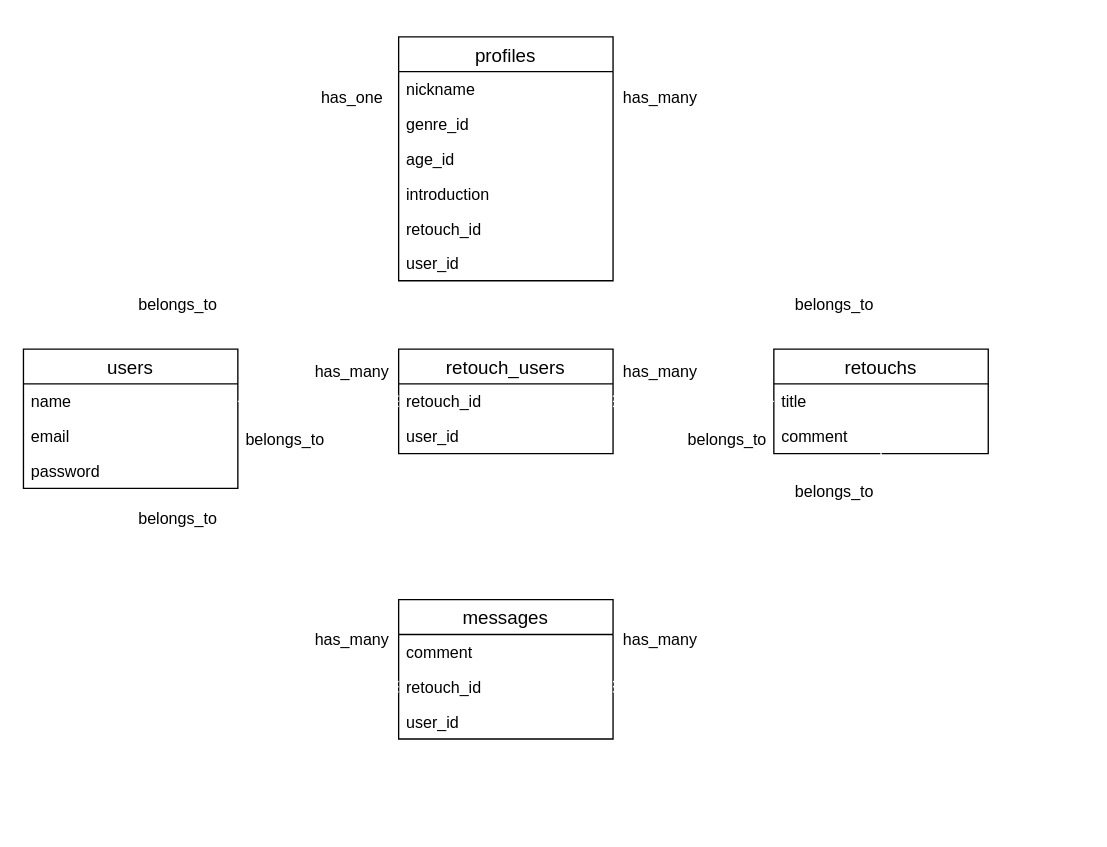
nao0313/retouch keeps this draw.io diagram as retouch.dio. Above is the earlier version. Source tidied: cells renumbered, new cells numbered last; positions are measured from the earlier drawing's top-left corner, leaving out a move shared by most shapes. Both pictures are drawn from the tidied source at 134%, with x=0, y=0 at pixel (23, 36).
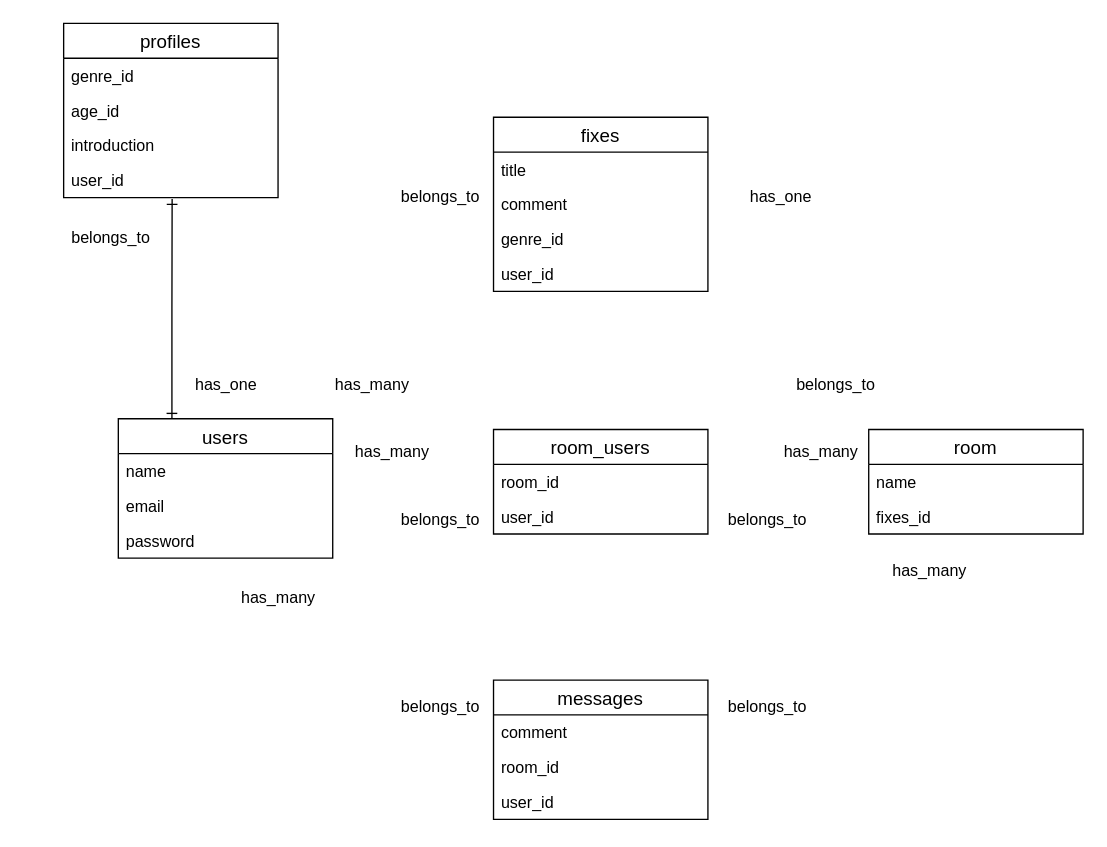
After the change.

Commit message (it also covers changes not shown here):
データベース修正

Diff of the diagram source:
```diff
@@
-    <mxCell id="2" style="edgeStyle=orthogonalEdgeStyle;rounded=0;jettySize=auto;html=1;exitX=0.5;exitY=0;exitDx=0;exitDy=0;entryX=1;entryY=0.5;entryDx=0;entryDy=0;startArrow=ERone;startFill=0;endArrow=ERmany;endFill=0;strokeColor=#FFFFFF;" parent="1" edge="1" source="3" target="20">
-      <mxGeometry relative="1" as="geometry" />
+    <mxCell id="2" style="edgeStyle=orthogonalEdgeStyle;rounded=0;jettySize=auto;html=1;entryX=1;entryY=0.5;entryDx=0;entryDy=0;startArrow=ERone;startFill=0;endArrow=ERone;endFill=0;strokeColor=#FFFFFF;" parent="1" edge="1" target="20">
+      <mxGeometry relative="1" as="geometry">
+        <mxPoint x="650" y="292" as="sourcePoint" />
+      </mxGeometry>
     </mxCell>
-    <mxCell id="3" value="retouchs" style="swimlane;fontStyle=0;horizontal=1;startSize=26;align=center;fontSize=14;" parent="1" vertex="1">
-      <mxGeometry x="560" y="233" width="160" height="78" as="geometry" />
-    </mxCell>
-    <mxCell id="4" value="title" style="text;strokeColor=none;fillColor=none;spacingLeft=4;spacingRight=4;overflow=hidden;points=[[0,0.5],[1,0.5]];portConstraint=eastwest;fontSize=12;" parent="3" vertex="1">
-      <mxGeometry y="26" width="160" height="26" as="geometry" />
-    </mxCell>
-    <mxCell id="5" value="comment" style="text;strokeColor=none;fillColor=none;spacingLeft=4;spacingRight=4;overflow=hidden;points=[[0,0.5],[1,0.5]];portConstraint=eastwest;fontSize=12;" parent="3" vertex="1">
-      <mxGeometry y="52" width="160" height="26" as="geometry" />
-    </mxCell>
-    <mxCell id="6" value="retouch_users" style="swimlane;fontStyle=0;horizontal=1;startSize=26;align=center;fontSize=14;" parent="1" vertex="1">
-      <mxGeometry x="280" y="233" width="160" height="78" as="geometry" />
-    </mxCell>
-    <mxCell id="7" value="retouch_id" style="text;strokeColor=none;fillColor=none;spacingLeft=4;spacingRight=4;overflow=hidden;points=[[0,0.5],[1,0.5]];portConstraint=eastwest;fontSize=12;" parent="6" vertex="1">
-      <mxGeometry y="26" width="160" height="26" as="geometry" />
-    </mxCell>
-    <mxCell id="8" value="user_id" style="text;strokeColor=none;fillColor=none;spacingLeft=4;spacingRight=4;overflow=hidden;fontSize=12;" parent="6" vertex="1">
-      <mxGeometry y="52" width="160" height="26" as="geometry" />
-    </mxCell>
-    <mxCell id="9" style="edgeStyle=orthogonalEdgeStyle;rounded=0;jettySize=auto;html=1;exitX=0.5;exitY=0;exitDx=0;exitDy=0;entryX=0;entryY=0.5;entryDx=0;entryDy=0;startArrow=ERone;startFill=0;endArrow=ERone;endFill=0;strokeColor=#FFFFFF;" parent="1" edge="1" source="10" target="20">
+    <mxCell id="9" style="edgeStyle=orthogonalEdgeStyle;rounded=0;jettySize=auto;html=1;exitX=0.92;exitY=-0.01;exitDx=0;exitDy=0;entryX=0;entryY=0.5;entryDx=0;entryDy=0;startArrow=ERone;startFill=0;endArrow=ERmany;endFill=0;strokeColor=#FFFFFF;exitPerimeter=0;" parent="1" edge="1" source="10" target="20">
       <mxGeometry relative="1" as="geometry" />
     </mxCell>
-    <mxCell id="10" value="users" style="swimlane;fontStyle=0;horizontal=1;startSize=26;align=center;fontSize=14;" parent="1" vertex="1">
-      <mxGeometry y="233" width="160" height="104" as="geometry" />
-    </mxCell>
-    <mxCell id="11" value="name" style="text;strokeColor=none;fillColor=none;spacingLeft=4;spacingRight=4;overflow=hidden;points=[[0,0.5],[1,0.5]];portConstraint=eastwest;fontSize=12;" parent="10" vertex="1">
-      <mxGeometry y="26" width="160" height="26" as="geometry" />
-    </mxCell>
-    <mxCell id="12" value="email" style="text;strokeColor=none;fillColor=none;spacingLeft=4;spacingRight=4;overflow=hidden;fontSize=12;" parent="10" vertex="1">
-      <mxGeometry y="52" width="160" height="26" as="geometry" />
-    </mxCell>
-    <mxCell id="13" value="password" style="text;strokeColor=none;fillColor=none;spacingLeft=4;spacingRight=4;overflow=hidden;points=[[0,0.5],[1,0.5]];portConstraint=eastwest;fontSize=12;" parent="10" vertex="1">
-      <mxGeometry y="78" width="160" height="26" as="geometry" />
-    </mxCell>
-    <mxCell id="14" value="messages" style="swimlane;fontStyle=0;horizontal=1;startSize=26;align=center;fontSize=14;" parent="1" vertex="1">
-      <mxGeometry x="280" y="420" width="160" height="104" as="geometry" />
-    </mxCell>
-    <mxCell id="15" value="comment" style="text;strokeColor=none;fillColor=none;spacingLeft=4;spacingRight=4;overflow=hidden;fontSize=12;" parent="14" vertex="1">
-      <mxGeometry y="26" width="160" height="26" as="geometry" />
-    </mxCell>
-    <mxCell id="16" value="retouch_id" style="text;strokeColor=none;fillColor=none;spacingLeft=4;spacingRight=4;overflow=hidden;points=[[0,0.5],[1,0.5]];portConstraint=eastwest;fontSize=12;" parent="14" vertex="1">
-      <mxGeometry y="52" width="160" height="26" as="geometry" />
-    </mxCell>
-    <mxCell id="17" value="user_id" style="text;strokeColor=none;fillColor=none;spacingLeft=4;spacingRight=4;overflow=hidden;fontSize=12;" parent="14" vertex="1">
-      <mxGeometry y="78" width="160" height="26" as="geometry" />
-    </mxCell>
-    <mxCell id="18" value="profiles" style="swimlane;fontStyle=0;horizontal=1;startSize=26;align=center;fontSize=14;" parent="1" vertex="1">
-      <mxGeometry x="280" width="160" height="182" as="geometry" />
-    </mxCell>
-    <mxCell id="19" value="nickname" style="text;strokeColor=none;fillColor=none;spacingLeft=4;spacingRight=4;overflow=hidden;fontSize=12;" parent="18" vertex="1">
-      <mxGeometry y="26" width="160" height="26" as="geometry" />
-    </mxCell>
-    <mxCell id="20" value="genre_id" style="text;strokeColor=none;fillColor=none;spacingLeft=4;spacingRight=4;overflow=hidden;points=[[0,0.5],[1,0.5]];portConstraint=eastwest;fontSize=12;" parent="18" vertex="1">
-      <mxGeometry y="52" width="160" height="26" as="geometry" />
-    </mxCell>
-    <mxCell id="21" value="age_id" style="text;strokeColor=none;fillColor=none;spacingLeft=4;spacingRight=4;overflow=hidden;fontSize=12;" parent="18" vertex="1">
-      <mxGeometry y="78" width="160" height="26" as="geometry" />
-    </mxCell>
-    <mxCell id="22" value="introduction" style="text;strokeColor=none;fillColor=none;spacingLeft=4;spacingRight=4;overflow=hidden;fontSize=12;" parent="18" vertex="1">
-      <mxGeometry y="104" width="160" height="26" as="geometry" />
-    </mxCell>
-    <mxCell id="23" value="retouch_id&#10;" style="text;strokeColor=none;fillColor=none;spacingLeft=4;spacingRight=4;overflow=hidden;fontSize=12;" parent="18" vertex="1">
-      <mxGeometry y="130" width="160" height="26" as="geometry" />
-    </mxCell>
-    <mxCell id="24" value="user_id&#10;" style="text;strokeColor=none;fillColor=none;spacingLeft=4;spacingRight=4;overflow=hidden;fontSize=12;" parent="18" vertex="1">
-      <mxGeometry y="156" width="160" height="26" as="geometry" />
-    </mxCell>
-    <mxCell id="25" style="edgeStyle=orthogonalEdgeStyle;rounded=0;jettySize=auto;html=1;exitX=0;exitY=0.5;exitDx=0;exitDy=0;entryX=0.488;entryY=1.038;entryDx=0;entryDy=0;entryPerimeter=0;strokeColor=#FFFFFF;startArrow=ERmany;startFill=0;endArrow=ERone;endFill=0;" parent="1" edge="1" source="16" target="13">
+    <mxCell id="25" style="edgeStyle=orthogonalEdgeStyle;rounded=0;jettySize=auto;html=1;exitX=0;exitY=0.5;exitDx=0;exitDy=0;entryX=0.463;entryY=1.038;entryDx=0;entryDy=0;entryPerimeter=0;strokeColor=#FFFFFF;startArrow=ERmany;startFill=0;endArrow=ERone;endFill=0;" parent="1" edge="1" source="16" target="13">
       <mxGeometry relative="1" as="geometry" />
     </mxCell>
-    <mxCell id="26" style="edgeStyle=orthogonalEdgeStyle;rounded=0;jettySize=auto;html=1;exitX=1;exitY=0.5;exitDx=0;exitDy=0;entryX=0.5;entryY=0.962;entryDx=0;entryDy=0;entryPerimeter=0;startArrow=ERmany;startFill=0;endArrow=ERone;endFill=0;strokeColor=#FFFFFF;" parent="1" edge="1" source="16" target="5">
+    <mxCell id="26" style="edgeStyle=orthogonalEdgeStyle;rounded=0;jettySize=auto;html=1;exitX=1;exitY=0.5;exitDx=0;exitDy=0;entryX=0.513;entryY=1.038;entryDx=0;entryDy=0;entryPerimeter=0;startArrow=ERmany;startFill=0;endArrow=ERone;endFill=0;strokeColor=#FFFFFF;" parent="1" edge="1" source="16" target="47">
       <mxGeometry relative="1" as="geometry" />
     </mxCell>
-    <mxCell id="27" style="edgeStyle=orthogonalEdgeStyle;rounded=0;jettySize=auto;html=1;exitX=0;exitY=0.5;exitDx=0;exitDy=0;entryX=1;entryY=0.5;entryDx=0;entryDy=0;startArrow=ERone;startFill=0;endArrow=ERmany;endFill=0;strokeColor=#FFFFFF;" parent="1" edge="1" source="4" target="7">
-      <mxGeometry relative="1" as="geometry" />
+    <mxCell id="27" style="edgeStyle=orthogonalEdgeStyle;rounded=0;jettySize=auto;html=1;exitX=0;exitY=0.5;exitDx=0;exitDy=0;entryX=1;entryY=0.5;entryDx=0;entryDy=0;startArrow=ERone;startFill=0;endArrow=ERmany;endFill=0;strokeColor=#FFFFFF;" parent="1" edge="1" target="7">
+      <mxGeometry relative="1" as="geometry">
+        <mxPoint x="630.8" y="332" as="sourcePoint" />
+      </mxGeometry>
     </mxCell>
-    <mxCell id="28" style="edgeStyle=orthogonalEdgeStyle;rounded=0;jettySize=auto;html=1;exitX=0;exitY=0.5;exitDx=0;exitDy=0;entryX=1;entryY=0.5;entryDx=0;entryDy=0;startArrow=ERmany;startFill=0;endArrow=ERone;endFill=0;strokeColor=#FFFFFF;" parent="1" edge="1" source="7" target="11">
-      <mxGeometry relative="1" as="geometry" />
+    <mxCell id="28" style="edgeStyle=orthogonalEdgeStyle;rounded=0;jettySize=auto;html=1;exitX=0;exitY=0.5;exitDx=0;exitDy=0;entryX=1;entryY=0.5;entryDx=0;entryDy=0;startArrow=ERmany;startFill=0;endArrow=ERone;endFill=0;strokeColor=#FFFFFF;" parent="1" edge="1" source="7">
+      <mxGeometry relative="1" as="geometry">
+        <mxPoint x="230.8" y="332" as="targetPoint" />
+      </mxGeometry>
     </mxCell>
     <mxCell id="29" value="belongs_to" style="text;html=1;align=center;verticalAlign=middle;" parent="1" vertex="1">
-      <mxGeometry x="80" y="190" width="70" height="20" as="geometry" />
+      <mxGeometry x="275.8" y="110" width="70" height="20" as="geometry" />
     </mxCell>
-    <mxCell id="30" value="has_one" style="text;html=1;align=center;verticalAlign=middle;" parent="1" vertex="1">
-      <mxGeometry x="215" y="36" width="60" height="20" as="geometry" />
+    <mxCell id="30" value="has_many" style="text;html=1;align=center;verticalAlign=middle;" parent="1" vertex="1">
+      <mxGeometry x="225" y="250" width="70" height="20" as="geometry" />
     </mxCell>
     <mxCell id="31" value="belongs_to" style="text;html=1;align=center;verticalAlign=middle;" parent="1" vertex="1">
-      <mxGeometry x="160" y="291" width="70" height="20" as="geometry" />
+      <mxGeometry x="275.8" y="351" width="70" height="20" as="geometry" />
     </mxCell>
     <mxCell id="32" value="belongs_to" style="text;html=1;align=center;verticalAlign=middle;" parent="1" vertex="1">
-      <mxGeometry x="80" y="350" width="70" height="20" as="geometry" />
+      <mxGeometry x="275.8" y="490" width="70" height="20" as="geometry" />
     </mxCell>
     <mxCell id="33" value="belongs_to" style="text;html=1;align=center;verticalAlign=middle;" parent="1" vertex="1">
-      <mxGeometry x="570" y="330" width="70" height="20" as="geometry" />
+      <mxGeometry x="520" y="490" width="70" height="20" as="geometry" />
     </mxCell>
     <mxCell id="34" value="belongs_to" style="text;html=1;align=center;verticalAlign=middle;" parent="1" vertex="1">
-      <mxGeometry x="570" y="190" width="70" height="20" as="geometry" />
+      <mxGeometry x="570.8" y="250" width="70" height="20" as="geometry" />
     </mxCell>
     <mxCell id="35" value="belongs_to" style="text;html=1;align=center;verticalAlign=middle;" parent="1" vertex="1">
-      <mxGeometry x="490" y="291" width="70" height="20" as="geometry" />
+      <mxGeometry x="520" y="351" width="70" height="20" as="geometry" />
     </mxCell>
     <mxCell id="36" value="has_many" style="text;html=1;align=center;verticalAlign=middle;" parent="1" vertex="1">
-      <mxGeometry x="210" y="440" width="70" height="20" as="geometry" />
+      <mxGeometry x="155" y="409" width="70" height="20" as="geometry" />
     </mxCell>
     <mxCell id="37" value="has_many" style="text;html=1;align=center;verticalAlign=middle;" parent="1" vertex="1">
-      <mxGeometry x="210" y="240" width="70" height="20" as="geometry" />
+      <mxGeometry x="240" y="300" width="70" height="20" as="geometry" />
     </mxCell>
     <mxCell id="38" value="has_many" style="text;html=1;align=center;verticalAlign=middle;" parent="1" vertex="1">
-      <mxGeometry x="440" y="240" width="70" height="20" as="geometry" />
+      <mxGeometry x="560" y="300" width="70" height="20" as="geometry" />
     </mxCell>
     <mxCell id="39" value="has_many" style="text;html=1;align=center;verticalAlign=middle;" parent="1" vertex="1">
-      <mxGeometry x="440" y="440" width="70" height="20" as="geometry" />
+      <mxGeometry x="640.8" y="389" width="70" height="20" as="geometry" />
     </mxCell>
-    <mxCell id="40" value="has_many" style="text;html=1;align=center;verticalAlign=middle;" parent="1" vertex="1">
-      <mxGeometry x="440" y="36" width="70" height="20" as="geometry" />
-    </mxCell>
+    <mxCell id="41" value="profiles" style="swimlane;fontStyle=0;horizontal=1;startSize=26;align=center;fontSize=14;" parent="1" vertex="1">
+      <mxGeometry x="30" y="-10" width="160" height="130" as="geometry" />
+    </mxCell>
+    <mxCell id="42" value="genre_id" style="text;strokeColor=none;fillColor=none;spacingLeft=4;spacingRight=4;overflow=hidden;fontSize=12;" parent="41" vertex="1">
+      <mxGeometry y="26" width="160" height="26" as="geometry" />
+    </mxCell>
+    <mxCell id="21" value="age_id" style="text;strokeColor=none;fillColor=none;spacingLeft=4;spacingRight=4;overflow=hidden;fontSize=12;" parent="41" vertex="1">
+      <mxGeometry y="52" width="160" height="26" as="geometry" />
+    </mxCell>
+    <mxCell id="22" value="introduction" style="text;strokeColor=none;fillColor=none;spacingLeft=4;spacingRight=4;overflow=hidden;fontSize=12;" parent="41" vertex="1">
+      <mxGeometry y="78" width="160" height="26" as="geometry" />
+    </mxCell>
+    <mxCell id="43" value="user_id&#10;" style="text;strokeColor=none;fillColor=none;spacingLeft=4;spacingRight=4;overflow=hidden;points=[[0,0.5],[1,0.5]];portConstraint=eastwest;fontSize=12;" parent="41" vertex="1">
+      <mxGeometry y="104" width="160" height="26" as="geometry" />
+    </mxCell>
+    <mxCell id="6" value="room_users" style="swimlane;fontStyle=0;horizontal=1;startSize=26;align=center;fontSize=14;" parent="1" vertex="1">
+      <mxGeometry x="350.8" y="293" width="160" height="78" as="geometry" />
+    </mxCell>
+    <mxCell id="7" value="room_id" style="text;strokeColor=none;fillColor=none;spacingLeft=4;spacingRight=4;overflow=hidden;points=[[0,0.5],[1,0.5]];portConstraint=eastwest;fontSize=12;" parent="6" vertex="1">
+      <mxGeometry y="26" width="160" height="26" as="geometry" />
+    </mxCell>
+    <mxCell id="8" value="user_id" style="text;strokeColor=none;fillColor=none;spacingLeft=4;spacingRight=4;overflow=hidden;fontSize=12;" parent="6" vertex="1">
+      <mxGeometry y="52" width="160" height="26" as="geometry" />
+    </mxCell>
+    <mxCell id="14" value="messages" style="swimlane;fontStyle=0;horizontal=1;startSize=26;align=center;fontSize=14;" parent="1" vertex="1">
+      <mxGeometry x="350.8" y="480" width="160" height="104" as="geometry" />
+    </mxCell>
+    <mxCell id="15" value="comment" style="text;strokeColor=none;fillColor=none;spacingLeft=4;spacingRight=4;overflow=hidden;fontSize=12;" parent="14" vertex="1">
+      <mxGeometry y="26" width="160" height="26" as="geometry" />
+    </mxCell>
+    <mxCell id="16" value="room_id" style="text;strokeColor=none;fillColor=none;spacingLeft=4;spacingRight=4;overflow=hidden;points=[[0,0.5],[1,0.5]];portConstraint=eastwest;fontSize=12;" parent="14" vertex="1">
+      <mxGeometry y="52" width="160" height="26" as="geometry" />
+    </mxCell>
+    <mxCell id="17" value="user_id" style="text;strokeColor=none;fillColor=none;spacingLeft=4;spacingRight=4;overflow=hidden;fontSize=12;" parent="14" vertex="1">
+      <mxGeometry y="78" width="160" height="26" as="geometry" />
+    </mxCell>
+    <mxCell id="18" value="fixes" style="swimlane;fontStyle=0;horizontal=1;startSize=26;align=center;fontSize=14;" parent="1" vertex="1">
+      <mxGeometry x="350.8" y="60" width="160" height="130" as="geometry" />
+    </mxCell>
+    <mxCell id="20" value="title" style="text;strokeColor=none;fillColor=none;spacingLeft=4;spacingRight=4;overflow=hidden;points=[[0,0.5],[1,0.5]];portConstraint=eastwest;fontSize=12;" parent="18" vertex="1">
+      <mxGeometry y="26" width="160" height="26" as="geometry" />
+    </mxCell>
+    <mxCell id="24" value="comment" style="text;strokeColor=none;fillColor=none;spacingLeft=4;spacingRight=4;overflow=hidden;fontSize=12;" parent="18" vertex="1">
+      <mxGeometry y="52" width="160" height="26" as="geometry" />
+    </mxCell>
+    <mxCell id="44" value="genre_id" style="text;strokeColor=none;fillColor=none;spacingLeft=4;spacingRight=4;overflow=hidden;fontSize=12;" parent="18" vertex="1">
+      <mxGeometry y="78" width="160" height="26" as="geometry" />
+    </mxCell>
+    <mxCell id="45" value="user_id&#10;" style="text;strokeColor=none;fillColor=none;spacingLeft=4;spacingRight=4;overflow=hidden;fontSize=12;" parent="18" vertex="1">
+      <mxGeometry y="104" width="160" height="26" as="geometry" />
+    </mxCell>
+    <mxCell id="46" style="edgeStyle=orthogonalEdgeStyle;rounded=0;jettySize=auto;html=1;exitX=0.25;exitY=0;exitDx=0;exitDy=0;entryX=0.506;entryY=1.038;entryDx=0;entryDy=0;entryPerimeter=0;endArrow=ERone;endFill=0;startArrow=ERone;startFill=0;" parent="1" edge="1" source="10" target="43">
+      <mxGeometry relative="1" as="geometry" />
+    </mxCell>
+    <mxCell id="10" value="users" style="swimlane;fontStyle=0;horizontal=1;startSize=26;align=center;fontSize=14;" parent="1" vertex="1">
+      <mxGeometry x="70.8" y="285" width="160" height="104" as="geometry" />
+    </mxCell>
+    <mxCell id="11" value="name" style="text;strokeColor=none;fillColor=none;spacingLeft=4;spacingRight=4;overflow=hidden;points=[[0,0.5],[1,0.5]];portConstraint=eastwest;fontSize=12;" parent="10" vertex="1">
+      <mxGeometry y="26" width="160" height="26" as="geometry" />
+    </mxCell>
+    <mxCell id="12" value="email" style="text;strokeColor=none;fillColor=none;spacingLeft=4;spacingRight=4;overflow=hidden;fontSize=12;" parent="10" vertex="1">
+      <mxGeometry y="52" width="160" height="26" as="geometry" />
+    </mxCell>
+    <mxCell id="13" value="password" style="text;strokeColor=none;fillColor=none;spacingLeft=4;spacingRight=4;overflow=hidden;points=[[0,0.5],[1,0.5]];portConstraint=eastwest;fontSize=12;" parent="10" vertex="1">
+      <mxGeometry y="78" width="160" height="26" as="geometry" />
+    </mxCell>
+    <mxCell id="3" value="room" style="swimlane;fontStyle=0;horizontal=1;startSize=26;align=center;fontSize=14;" parent="1" vertex="1">
+      <mxGeometry x="630.8" y="293" width="160" height="78" as="geometry" />
+    </mxCell>
+    <mxCell id="4" value="name" style="text;strokeColor=none;fillColor=none;spacingLeft=4;spacingRight=4;overflow=hidden;points=[[0,0.5],[1,0.5]];portConstraint=eastwest;fontSize=12;" parent="3" vertex="1">
+      <mxGeometry y="26" width="160" height="26" as="geometry" />
+    </mxCell>
+    <mxCell id="47" value="fixes_id" style="text;strokeColor=none;fillColor=none;spacingLeft=4;spacingRight=4;overflow=hidden;points=[[0,0.5],[1,0.5]];portConstraint=eastwest;fontSize=12;" parent="3" vertex="1">
+      <mxGeometry y="52" width="160" height="26" as="geometry" />
+    </mxCell>
+    <mxCell id="48" value="has_one" style="text;html=1;align=center;verticalAlign=middle;" parent="1" vertex="1">
+      <mxGeometry x="535" y="110" width="60" height="20" as="geometry" />
+    </mxCell>
+    <mxCell id="49" value="belongs_to" style="text;html=1;align=center;verticalAlign=middle;" parent="1" vertex="1">
+      <mxGeometry x="30" y="140" width="70" height="20" as="geometry" />
+    </mxCell>
+    <mxCell id="50" value="has_one" style="text;html=1;align=center;verticalAlign=middle;" parent="1" vertex="1">
+      <mxGeometry x="120.8" y="250" width="60" height="20" as="geometry" />
+    </mxCell>
```
